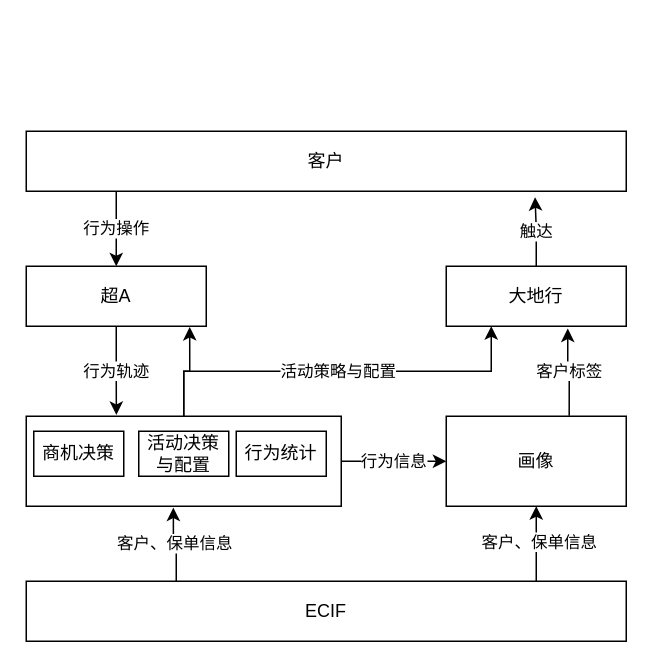
The draw.io diagram 互动.drawio in loc1129/uml, before the edit. Source tidied: cells renumbered, new cells numbered last; positions are measured from the earlier drawing's top-left corner, leaving out a move shared by most shapes. Both pictures are drawn from the tidied source at 150%, with x=0, y=0 at pixel (26, 130).
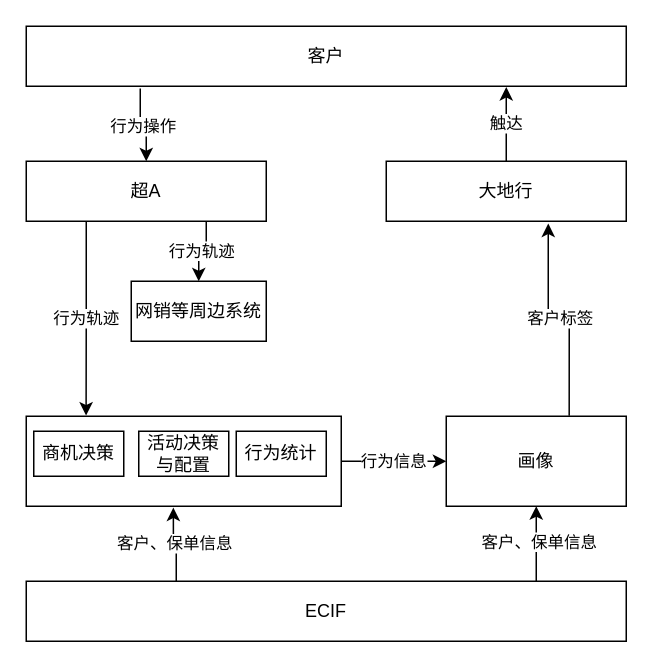
The same diagram, later.

Unchanged cells that the change refers to:
```xml
<mxCell id="12" style="rounded=0;whiteSpace=wrap;html=1;" parent="1" vertex="1">
  <mxGeometry y="190" width="210" height="60" as="geometry" />
</mxCell>
```

Diff of the diagram source:
```diff
@@
-    <mxCell id="2" value="行为轨迹" style="edgeStyle=orthogonalEdgeStyle;rounded=0;jettySize=auto;html=1;exitX=0.5;exitY=1;exitDx=0;exitDy=0;entryX=0.286;entryY=-0.015;entryDx=0;entryDy=0;entryPerimeter=0;" parent="1" edge="1" source="3" target="12">
+    <mxCell id="2" value="行为轨迹" style="edgeStyle=orthogonalEdgeStyle;rounded=0;jettySize=auto;html=1;exitX=0.25;exitY=1;exitDx=0;exitDy=0;entryX=0.19;entryY=-0.008;entryDx=0;entryDy=0;entryPerimeter=0;" parent="1" edge="1" source="3" target="12">
       <mxGeometry relative="1" as="geometry" />
     </mxCell>
+    <mxCell id="23" value="行为轨迹" style="edgeStyle=orthogonalEdgeStyle;rounded=0;jettySize=auto;html=1;exitX=0.75;exitY=1;exitDx=0;exitDy=0;" parent="1" edge="1" source="3" target="24">
+      <mxGeometry relative="1" as="geometry" />
+    </mxCell>
     <mxCell id="3" value="超A" style="rounded=0;whiteSpace=wrap;html=1;" parent="1" vertex="1">
-      <mxGeometry y="90" width="120" height="40" as="geometry" />
+      <mxGeometry y="20" width="160" height="40" as="geometry" />
     </mxCell>
-    <mxCell id="4" value="触达" style="edgeStyle=orthogonalEdgeStyle;rounded=0;jettySize=auto;html=1;exitX=0.5;exitY=0;exitDx=0;exitDy=0;entryX=0.848;entryY=1.1;entryDx=0;entryDy=0;entryPerimeter=0;" parent="1" edge="1" source="5" target="8">
+    <mxCell id="4" value="触达" style="edgeStyle=orthogonalEdgeStyle;rounded=0;jettySize=auto;html=1;exitX=0.5;exitY=0;exitDx=0;exitDy=0;entryX=0.8;entryY=1.013;entryDx=0;entryDy=0;entryPerimeter=0;" parent="1" edge="1" source="5" target="8">
       <mxGeometry relative="1" as="geometry" />
     </mxCell>
     <mxCell id="5" value="大地行" style="rounded=0;whiteSpace=wrap;html=1;" parent="1" vertex="1">
-      <mxGeometry x="280" y="90" width="120" height="40" as="geometry" />
+      <mxGeometry x="240" y="20" width="160" height="40" as="geometry" />
     </mxCell>
-    <mxCell id="6" style="edgeStyle=orthogonalEdgeStyle;rounded=0;jettySize=auto;html=1;exitX=0.15;exitY=1;exitDx=0;exitDy=0;exitPerimeter=0;" parent="1" edge="1" source="8" target="3">
+    <mxCell id="6" style="edgeStyle=orthogonalEdgeStyle;rounded=0;jettySize=auto;html=1;exitX=0.19;exitY=1.038;exitDx=0;exitDy=0;exitPerimeter=0;entryX=0.5;entryY=0;entryDx=0;entryDy=0;" parent="1" edge="1" source="8" target="3">
       <mxGeometry relative="1" as="geometry" />
     </mxCell>
@@
     <mxCell id="8" value="客户" style="rounded=0;whiteSpace=wrap;html=1;" parent="1" vertex="1">
-      <mxGeometry width="400" height="40" as="geometry" />
+      <mxGeometry y="-70" width="400" height="40" as="geometry" />
     </mxCell>
-    <mxCell id="9" value="活动策略与配置" style="edgeStyle=orthogonalEdgeStyle;rounded=0;jettySize=auto;html=1;exitX=0.5;exitY=0;exitDx=0;exitDy=0;entryX=0.25;entryY=1;entryDx=0;entryDy=0;" parent="1" edge="1" source="12" target="5">
-      <mxGeometry relative="1" as="geometry" />
-    </mxCell>
-    <mxCell id="10" style="edgeStyle=orthogonalEdgeStyle;rounded=0;jettySize=auto;html=1;exitX=0.5;exitY=0;exitDx=0;exitDy=0;entryX=0.908;entryY=1.013;entryDx=0;entryDy=0;entryPerimeter=0;" parent="1" edge="1" source="12" target="3">
-      <mxGeometry relative="1" as="geometry" />
-    </mxCell>
@@
+    <mxCell id="24" value="网销等周边系统" style="rounded=0;whiteSpace=wrap;html=1;" parent="1" vertex="1">
+      <mxGeometry x="70" y="100" width="90" height="40" as="geometry" />
+    </mxCell>
```
